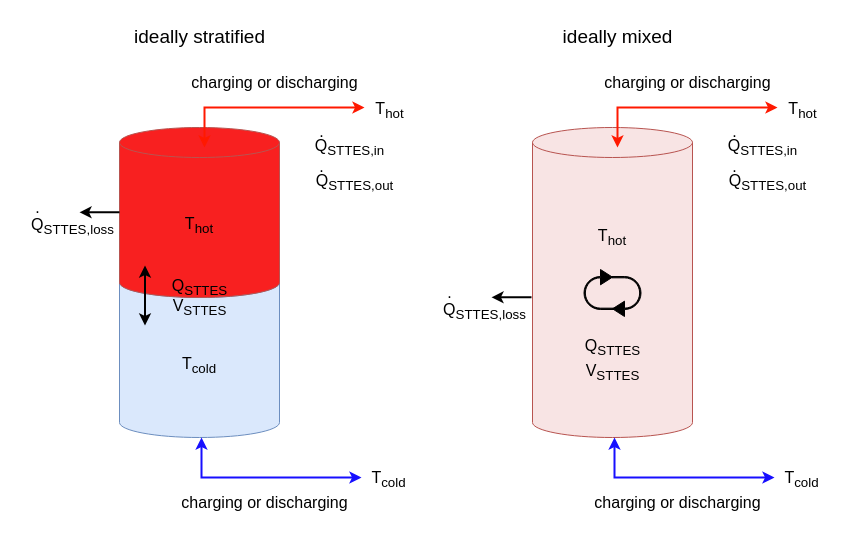
Before: docs/fig/source_files/221021_STTES_scetch.drawio in QuaSi-Software/Documentation, a draw.io diagram. Source tidied: cells renumbered, new cells numbered last; positions are measured from the earlier drawing's top-left corner, leaving out a move shared by most shapes. Both pictures are drawn from the tidied source at 100%, with x=0, y=0 at pixel (17, 17).
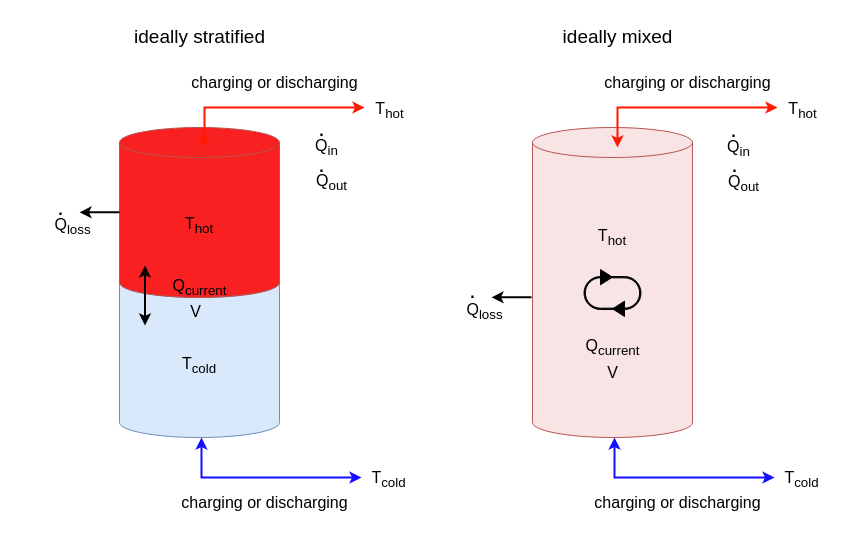
The same page after the edit.

Commit message (it also covers changes not shown here):
remove index ‘STTES’ from graphics and formulas for better readability

Diff of the diagram source:
```diff
@@
-    <mxCell id="11" value="Q&lt;sub&gt;STTES&lt;/sub&gt;" style="text;html=1;align=center;verticalAlign=middle;strokeColor=none;fillColor=none;fontSize=16;" parent="1" vertex="1">
+    <mxCell id="11" value="Q&lt;sub&gt;current&lt;/sub&gt;" style="text;html=1;align=center;verticalAlign=middle;strokeColor=none;fillColor=none;fontSize=16;" parent="1" vertex="1">
       <mxGeometry x="142" y="250" width="80" height="40" as="geometry" />
     </mxCell>
-    <mxCell id="12" value="Q&lt;sub&gt;STTES,in&lt;/sub&gt;" style="text;html=1;align=center;verticalAlign=middle;strokeColor=none;fillColor=none;fontSize=16;" parent="1" vertex="1">
-      <mxGeometry x="287" y="110" width="90" height="40" as="geometry" />
+    <mxCell id="12" value="Q&lt;sub&gt;in&lt;/sub&gt;" style="text;html=1;align=center;verticalAlign=middle;strokeColor=none;fillColor=none;fontSize=16;" parent="1" vertex="1">
+      <mxGeometry x="284" y="110" width="50" height="40" as="geometry" />
     </mxCell>
-    <mxCell id="13" value="Q&lt;sub&gt;STTES,out&lt;/sub&gt;" style="text;html=1;align=center;verticalAlign=middle;strokeColor=none;fillColor=none;fontSize=16;" parent="1" vertex="1">
-      <mxGeometry x="287" y="145" width="100" height="40" as="geometry" />
+    <mxCell id="13" value="Q&lt;sub&gt;out&lt;/sub&gt;" style="text;html=1;align=center;verticalAlign=middle;strokeColor=none;fillColor=none;fontSize=16;" parent="1" vertex="1">
+      <mxGeometry x="289" y="145" width="50" height="40" as="geometry" />
     </mxCell>
-    <mxCell id="14" value="." style="text;html=1;align=center;verticalAlign=middle;strokeColor=none;fillColor=none;fontSize=16;" parent="1" vertex="1">
+    <mxCell id="14" value="." style="text;html=1;align=center;verticalAlign=middle;strokeColor=none;fillColor=none;fontSize=16;fontStyle=1;" parent="1" vertex="1">
       <mxGeometry x="289" y="134" width="30" height="30" as="geometry" />
     </mxCell>
-    <mxCell id="15" value="." style="text;html=1;align=center;verticalAlign=middle;strokeColor=none;fillColor=none;fontSize=16;" parent="1" vertex="1">
-      <mxGeometry x="289" y="99" width="30" height="30" as="geometry" />
+    <mxCell id="15" value="." style="text;html=1;align=center;verticalAlign=middle;strokeColor=none;fillColor=none;fontSize=16;fontStyle=1;" parent="1" vertex="1">
+      <mxGeometry x="289" y="98" width="30" height="30" as="geometry" />
     </mxCell>
-    <mxCell id="16" value="V&lt;sub&gt;STTES&lt;/sub&gt;" style="text;html=1;align=center;verticalAlign=middle;strokeColor=none;fillColor=none;fontSize=16;" parent="1" vertex="1">
-      <mxGeometry x="142" y="270" width="80" height="40" as="geometry" />
+    <mxCell id="16" value="V" style="text;html=1;align=center;verticalAlign=middle;strokeColor=none;fillColor=none;fontSize=16;" parent="1" vertex="1">
+      <mxGeometry x="163" y="279" width="30" height="30" as="geometry" />
     </mxCell>
@@
-    <mxCell id="24" value="Q&lt;sub&gt;STTES,in&lt;/sub&gt;" style="text;html=1;align=center;verticalAlign=middle;strokeColor=none;fillColor=none;fontSize=16;" parent="1" vertex="1">
-      <mxGeometry x="700" y="110" width="90" height="40" as="geometry" />
+    <mxCell id="24" value="Q&lt;sub&gt;in&lt;/sub&gt;" style="text;html=1;align=center;verticalAlign=middle;strokeColor=none;fillColor=none;fontSize=16;" parent="1" vertex="1">
+      <mxGeometry x="696" y="111" width="50" height="40" as="geometry" />
     </mxCell>
-    <mxCell id="25" value="Q&lt;sub&gt;STTES,out&lt;/sub&gt;" style="text;html=1;align=center;verticalAlign=middle;strokeColor=none;fillColor=none;fontSize=16;" parent="1" vertex="1">
-      <mxGeometry x="700" y="145" width="100" height="40" as="geometry" />
+    <mxCell id="25" value="Q&lt;sub&gt;out&lt;/sub&gt;" style="text;html=1;align=center;verticalAlign=middle;strokeColor=none;fillColor=none;fontSize=16;" parent="1" vertex="1">
+      <mxGeometry x="701" y="146" width="50" height="40" as="geometry" />
     </mxCell>
-    <mxCell id="26" value="." style="text;html=1;align=center;verticalAlign=middle;strokeColor=none;fillColor=none;fontSize=16;" parent="1" vertex="1">
+    <mxCell id="26" value="." style="text;html=1;align=center;verticalAlign=middle;strokeColor=none;fillColor=none;fontSize=16;fontStyle=1;" parent="1" vertex="1">
       <mxGeometry x="702" y="134" width="30" height="30" as="geometry" />
     </mxCell>
-    <mxCell id="27" value="." style="text;html=1;align=center;verticalAlign=middle;strokeColor=none;fillColor=none;fontSize=16;" parent="1" vertex="1">
-      <mxGeometry x="702" y="99" width="30" height="30" as="geometry" />
+    <mxCell id="27" value="." style="text;html=1;align=center;verticalAlign=middle;strokeColor=none;fillColor=none;fontSize=16;fontStyle=1;" parent="1" vertex="1">
+      <mxGeometry x="701" y="99" width="30" height="30" as="geometry" />
     </mxCell>
-    <mxCell id="28" value="Q&lt;sub&gt;STTES&lt;/sub&gt;" style="text;html=1;align=center;verticalAlign=middle;strokeColor=none;fillColor=none;fontSize=16;" parent="1" vertex="1">
+    <mxCell id="28" value="Q&lt;sub&gt;current&lt;/sub&gt;" style="text;html=1;align=center;verticalAlign=middle;strokeColor=none;fillColor=none;fontSize=16;" parent="1" vertex="1">
       <mxGeometry x="555" y="310" width="80" height="40" as="geometry" />
     </mxCell>
-    <mxCell id="29" value="V&lt;sub&gt;STTES&lt;/sub&gt;" style="text;html=1;align=center;verticalAlign=middle;strokeColor=none;fillColor=none;fontSize=16;" parent="1" vertex="1">
-      <mxGeometry x="555" y="335" width="80" height="40" as="geometry" />
+    <mxCell id="29" value="V" style="text;html=1;align=center;verticalAlign=middle;strokeColor=none;fillColor=none;fontSize=16;" parent="1" vertex="1">
+      <mxGeometry x="580" y="340" width="30" height="30" as="geometry" />
     </mxCell>
@@
-    <mxCell id="35" value="Q&lt;sub&gt;STTES,loss&lt;/sub&gt;" style="text;html=1;align=center;verticalAlign=middle;strokeColor=none;fillColor=none;fontSize=16;" parent="1" vertex="1">
-      <mxGeometry y="189" width="110" height="40" as="geometry" />
+    <mxCell id="35" value="Q&lt;sub&gt;loss&lt;/sub&gt;" style="text;html=1;align=center;verticalAlign=middle;strokeColor=none;fillColor=none;fontSize=16;" parent="1" vertex="1">
+      <mxGeometry x="25" y="189" width="60" height="40" as="geometry" />
     </mxCell>
-    <mxCell id="36" value="." style="text;html=1;align=center;verticalAlign=middle;strokeColor=none;fillColor=none;fontSize=16;" parent="1" vertex="1">
-      <mxGeometry x="5" y="175" width="30" height="30" as="geometry" />
+    <mxCell id="36" value="." style="text;html=1;align=center;verticalAlign=middle;strokeColor=none;fillColor=none;fontSize=16;fontStyle=1;" parent="1" vertex="1">
+      <mxGeometry x="28" y="177" width="30" height="30" as="geometry" />
     </mxCell>
@@
-    <mxCell id="38" value="Q&lt;sub&gt;STTES,loss&lt;/sub&gt;" style="text;html=1;align=center;verticalAlign=middle;strokeColor=none;fillColor=none;fontSize=16;" parent="1" vertex="1">
-      <mxGeometry x="412" y="274" width="110" height="40" as="geometry" />
+    <mxCell id="38" value="Q&lt;sub&gt;loss&lt;/sub&gt;" style="text;html=1;align=center;verticalAlign=middle;strokeColor=none;fillColor=none;fontSize=16;" parent="1" vertex="1">
+      <mxGeometry x="437" y="274" width="60" height="40" as="geometry" />
     </mxCell>
-    <mxCell id="39" value="." style="text;html=1;align=center;verticalAlign=middle;strokeColor=none;fillColor=none;fontSize=16;" parent="1" vertex="1">
-      <mxGeometry x="417" y="260" width="30" height="30" as="geometry" />
+    <mxCell id="39" value="." style="text;html=1;align=center;verticalAlign=middle;strokeColor=none;fillColor=none;fontSize=16;fontStyle=1;" parent="1" vertex="1">
+      <mxGeometry x="440" y="260" width="30" height="30" as="geometry" />
     </mxCell>
```
